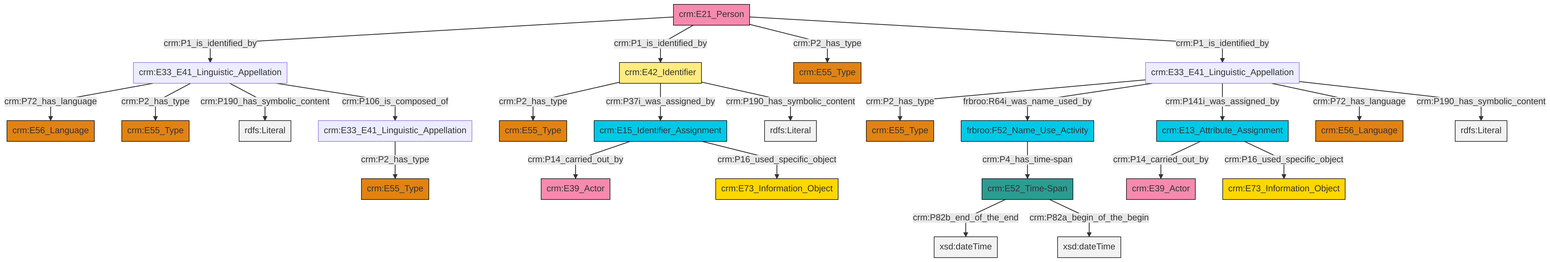
Above: et/personCSV/ttl/mmd/png/Person_Names_and_Classification.png in swiss-art-research-net/reference-data-models (Mermaid), before the change. Its source is kept beside it as et/personCSV/ttl/mmd/Person_Names_and_Classification.ttl.mmd.
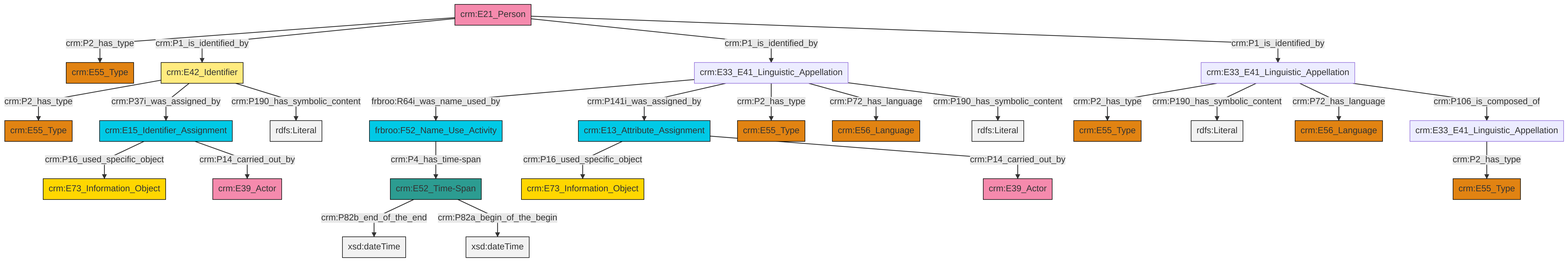
Later version of the same file.

Change to the diagram source:
```diff
@@ -13,27 +13,27 @@
 classDef PC_Classes fill:#4ce600, stroke:#000000;
 classDef Multi fill:#cccccc,stroke:#000000;
 
-0["crm:E13_Attribute_Assignment"]:::Temporal_Entity -->|crm:P14_carried_out_by| 1["crm:E39_Actor"]:::Actor
-2["crm:E21_Person"]:::Actor -->|crm:P1_is_identified_by| 3["crm:E33_E41_Linguistic_Appellation"]:::Default
-4["crm:E33_E41_Linguistic_Appellation"]:::Default -->|crm:P2_has_type| 5["crm:E55_Type"]:::Type
-6["crm:E42_Identifier"]:::Appellation -->|crm:P2_has_type| 7["crm:E55_Type"]:::Type
-3["crm:E33_E41_Linguistic_Appellation"]:::Default -->|crm:P72_has_language| 10["crm:E56_Language"]:::Type
-3["crm:E33_E41_Linguistic_Appellation"]:::Default -->|crm:P2_has_type| 11["crm:E55_Type"]:::Type
-14["frbroo:F52_Name_Use_Activity"]:::Temporal_Entity -->|crm:P4_has_time-span| 15["crm:E52_Time-Span"]:::Time-Span
-15["crm:E52_Time-Span"]:::Time-Span -->|crm:P82b_end_of_the_end| 18[xsd:dateTime]:::Literal
-2["crm:E21_Person"]:::Actor -->|crm:P1_is_identified_by| 6["crm:E42_Identifier"]:::Appellation
-15["crm:E52_Time-Span"]:::Time-Span -->|crm:P82a_begin_of_the_begin| 22[xsd:dateTime]:::Literal
-6["crm:E42_Identifier"]:::Appellation -->|crm:P37i_was_assigned_by| 24["crm:E15_Identifier_Assignment"]:::Temporal_Entity
-4["crm:E33_E41_Linguistic_Appellation"]:::Default -->|frbroo:R64i_was_name_used_by| 14["frbroo:F52_Name_Use_Activity"]:::Temporal_Entity
-26["crm:E33_E41_Linguistic_Appellation"]:::Default -->|crm:P2_has_type| 27["crm:E55_Type"]:::Type
-3["crm:E33_E41_Linguistic_Appellation"]:::Default -->|crm:P190_has_symbolic_content| 28[rdfs:Literal]:::Literal
-2["crm:E21_Person"]:::Actor -->|crm:P2_has_type| 8["crm:E55_Type"]:::Type
-4["crm:E33_E41_Linguistic_Appellation"]:::Default -->|crm:P141i_was_assigned_by| 0["crm:E13_Attribute_Assignment"]:::Temporal_Entity
-3["crm:E33_E41_Linguistic_Appellation"]:::Default -->|crm:P106_is_composed_of| 26["crm:E33_E41_Linguistic_Appellation"]:::Default
-4["crm:E33_E41_Linguistic_Appellation"]:::Default -->|crm:P72_has_language| 20["crm:E56_Language"]:::Type
-0["crm:E13_Attribute_Assignment"]:::Temporal_Entity -->|crm:P16_used_specific_object| 38["crm:E73_Information_Object"]:::Conceptual_Object
-4["crm:E33_E41_Linguistic_Appellation"]:::Default -->|crm:P190_has_symbolic_content| 41[rdfs:Literal]:::Literal
-24["crm:E15_Identifier_Assignment"]:::Temporal_Entity -->|crm:P14_carried_out_by| 34["crm:E39_Actor"]:::Actor
-6["crm:E42_Identifier"]:::Appellation -->|crm:P190_has_symbolic_content| 44[rdfs:Literal]:::Literal
-24["crm:E15_Identifier_Assignment"]:::Temporal_Entity -->|crm:P16_used_specific_object| 12["crm:E73_Information_Object"]:::Conceptual_Object
-2["crm:E21_Person"]:::Actor -->|crm:P1_is_identified_by| 4["crm:E33_E41_Linguistic_Appellation"]:::Default
+2["crm:E33_E41_Linguistic_Appellation"]:::Default -->|frbroo:R64i_was_name_used_by| 3["frbroo:F52_Name_Use_Activity"]:::Temporal_Entity
+8["crm:E21_Person"]:::Actor -->|crm:P2_has_type| 9["crm:E55_Type"]:::Type
+10["crm:E13_Attribute_Assignment"]:::Temporal_Entity -->|crm:P16_used_specific_object| 11["crm:E73_Information_Object"]:::Conceptual_Object
+12["crm:E52_Time-Span"]:::Time-Span -->|crm:P82b_end_of_the_end| 13[xsd:dateTime]:::Literal
+14["crm:E33_E41_Linguistic_Appellation"]:::Default -->|crm:P2_has_type| 15["crm:E55_Type"]:::Type
+2["crm:E33_E41_Linguistic_Appellation"]:::Default -->|crm:P141i_was_assigned_by| 10["crm:E13_Attribute_Assignment"]:::Temporal_Entity
+2["crm:E33_E41_Linguistic_Appellation"]:::Default -->|crm:P2_has_type| 16["crm:E55_Type"]:::Type
+8["crm:E21_Person"]:::Actor -->|crm:P1_is_identified_by| 17["crm:E42_Identifier"]:::Appellation
+2["crm:E33_E41_Linguistic_Appellation"]:::Default -->|crm:P72_has_language| 0["crm:E56_Language"]:::Type
+2["crm:E33_E41_Linguistic_Appellation"]:::Default -->|crm:P190_has_symbolic_content| 24[rdfs:Literal]:::Literal
+3["frbroo:F52_Name_Use_Activity"]:::Temporal_Entity -->|crm:P4_has_time-span| 12["crm:E52_Time-Span"]:::Time-Span
+14["crm:E33_E41_Linguistic_Appellation"]:::Default -->|crm:P190_has_symbolic_content| 30[rdfs:Literal]:::Literal
+17["crm:E42_Identifier"]:::Appellation -->|crm:P2_has_type| 34["crm:E55_Type"]:::Type
+17["crm:E42_Identifier"]:::Appellation -->|crm:P37i_was_assigned_by| 31["crm:E15_Identifier_Assignment"]:::Temporal_Entity
+37["crm:E33_E41_Linguistic_Appellation"]:::Default -->|crm:P2_has_type| 4["crm:E55_Type"]:::Type
+8["crm:E21_Person"]:::Actor -->|crm:P1_is_identified_by| 2["crm:E33_E41_Linguistic_Appellation"]:::Default
+14["crm:E33_E41_Linguistic_Appellation"]:::Default -->|crm:P72_has_language| 35["crm:E56_Language"]:::Type
+8["crm:E21_Person"]:::Actor -->|crm:P1_is_identified_by| 14["crm:E33_E41_Linguistic_Appellation"]:::Default
+17["crm:E42_Identifier"]:::Appellation -->|crm:P190_has_symbolic_content| 39[rdfs:Literal]:::Literal
+10["crm:E13_Attribute_Assignment"]:::Temporal_Entity -->|crm:P14_carried_out_by| 6["crm:E39_Actor"]:::Actor
+31["crm:E15_Identifier_Assignment"]:::Temporal_Entity -->|crm:P16_used_specific_object| 27["crm:E73_Information_Object"]:::Conceptual_Object
+31["crm:E15_Identifier_Assignment"]:::Temporal_Entity -->|crm:P14_carried_out_by| 18["crm:E39_Actor"]:::Actor
+12["crm:E52_Time-Span"]:::Time-Span -->|crm:P82a_begin_of_the_begin| 45[xsd:dateTime]:::Literal
+14["crm:E33_E41_Linguistic_Appellation"]:::Default -->|crm:P106_is_composed_of| 37["crm:E33_E41_Linguistic_Appellation"]:::Default
```
